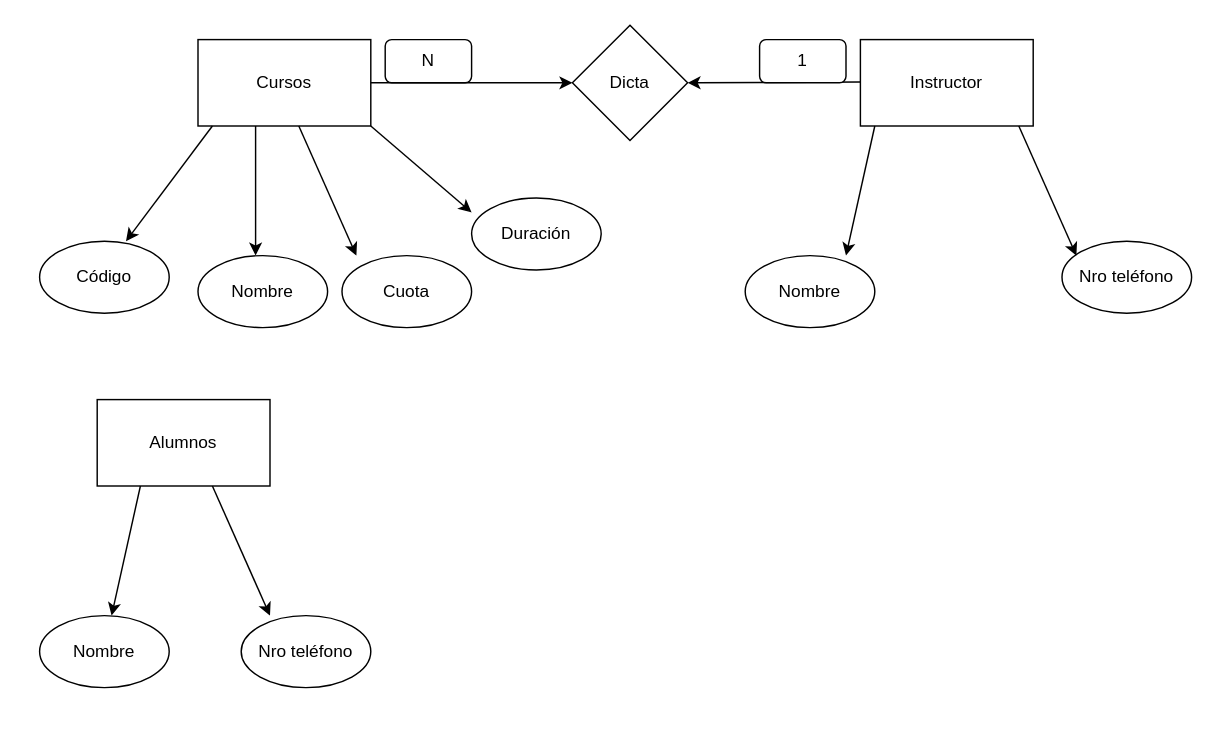
kevinld93/Tienda keeps this draw.io diagram as Diagrama sin título.drawio. Above is the earlier version. Source tidied: cells renumbered, new cells numbered last; positions are measured from the earlier drawing's top-left corner, leaving out a move shared by most shapes. Both pictures are drawn from the tidied source at 144%, with x=0, y=0 at pixel (39, 24).
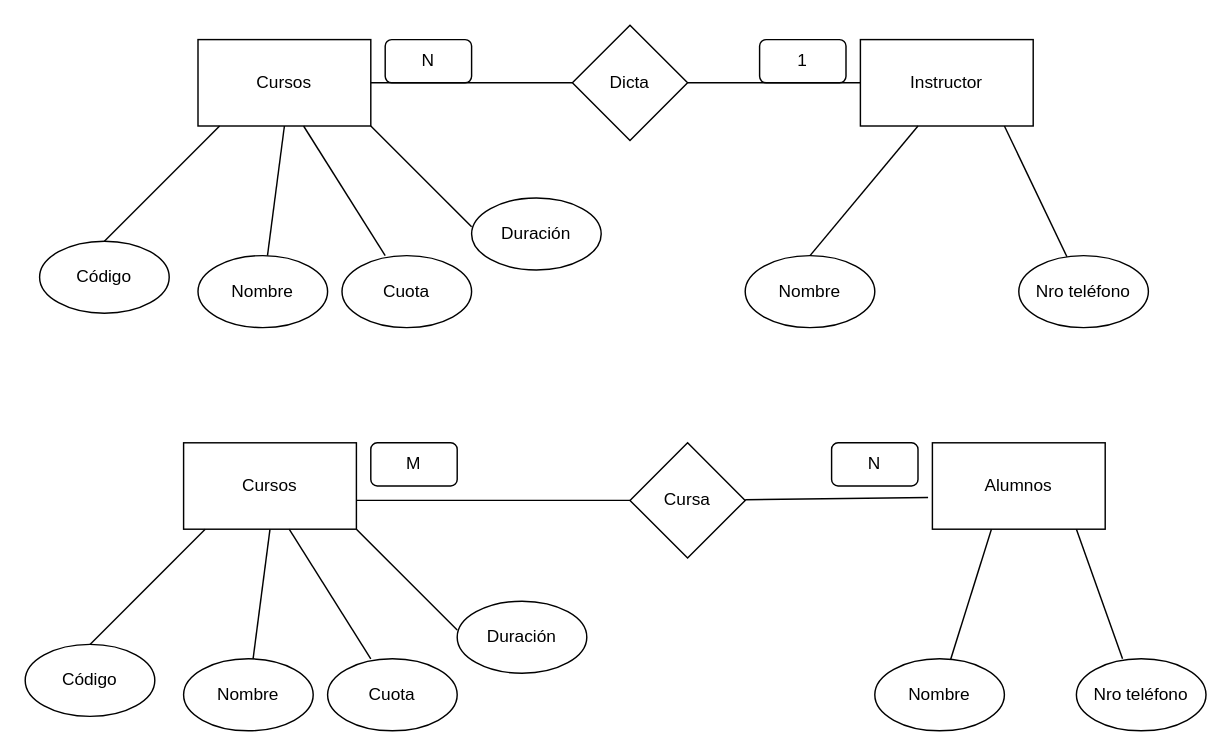
The same diagram, later.

The change refers to these unchanged cells:
```xml
<mxCell id="2" value="Cursos" style="rounded=0;whiteSpace=wrap;html=1;" parent="1" vertex="1">
  <mxGeometry x="110" y="10" width="120" height="60" as="geometry" />
</mxCell>
<mxCell id="6" value="Código" style="ellipse;whiteSpace=wrap;html=1;" parent="1" vertex="1">
  <mxGeometry y="150" width="90" height="50" as="geometry" />
</mxCell>
<mxCell id="7" value="Nombre" style="ellipse;whiteSpace=wrap;html=1;" parent="1" vertex="1">
  <mxGeometry x="110" y="160" width="90" height="50" as="geometry" />
</mxCell>
<mxCell id="9" value="Instructor" style="rounded=0;whiteSpace=wrap;html=1;" parent="1" vertex="1">
  <mxGeometry x="570" y="10" width="120" height="60" as="geometry" />
</mxCell>
<mxCell id="12" value="Nombre" style="ellipse;whiteSpace=wrap;html=1;" parent="1" vertex="1">
  <mxGeometry x="490" y="160" width="90" height="50" as="geometry" />
</mxCell>
<mxCell id="21" value="Dicta" style="rhombus;whiteSpace=wrap;html=1;" parent="1" vertex="1">
  <mxGeometry x="370" width="80" height="80" as="geometry" />
</mxCell>
```

The edit, as a diff of the source:
```diff
@@
-    <mxCell id="3" style="endArrow=classic;html=1;rounded=0;" parent="1" edge="1">
-      <mxGeometry relative="1" as="geometry">
-        <mxPoint x="120" y="70" as="sourcePoint" />
-        <mxPoint x="60" y="150" as="targetPoint" />
-      </mxGeometry>
-    </mxCell>
-    <mxCell id="4" style="endArrow=classic;html=1;rounded=0;" parent="1" edge="1">
-      <mxGeometry relative="1" as="geometry">
-        <mxPoint x="150" y="70" as="sourcePoint" />
-        <mxPoint x="150" y="160" as="targetPoint" />
-      </mxGeometry>
-    </mxCell>
-    <mxCell id="5" style="endArrow=classic;html=1;rounded=0;" parent="1" edge="1">
-      <mxGeometry relative="1" as="geometry">
-        <mxPoint x="180" y="70" as="sourcePoint" />
-        <mxPoint x="220" y="160" as="targetPoint" />
-      </mxGeometry>
-    </mxCell>
@@
-    <mxCell id="10" style="endArrow=classic;html=1;rounded=0;" parent="1" edge="1">
-      <mxGeometry relative="1" as="geometry">
-        <mxPoint x="580" y="70" as="sourcePoint" />
-        <mxPoint x="560" y="160" as="targetPoint" />
-      </mxGeometry>
-    </mxCell>
-    <mxCell id="11" style="endArrow=classic;html=1;rounded=0;" parent="1" edge="1">
-      <mxGeometry relative="1" as="geometry">
-        <mxPoint x="680" y="70" as="sourcePoint" />
-        <mxPoint x="720" y="160" as="targetPoint" />
-      </mxGeometry>
-    </mxCell>
@@
     <mxCell id="13" value="Nro teléfono" style="ellipse;whiteSpace=wrap;html=1;" parent="1" vertex="1">
-      <mxGeometry x="710" y="150" width="90" height="50" as="geometry" />
+      <mxGeometry x="680" y="160" width="90" height="50" as="geometry" />
     </mxCell>
     <mxCell id="14" value="Alumnos" style="rounded=0;whiteSpace=wrap;html=1;" parent="1" vertex="1">
-      <mxGeometry x="40" y="260" width="120" height="60" as="geometry" />
+      <mxGeometry x="620" y="290" width="120" height="60" as="geometry" />
     </mxCell>
-    <mxCell id="15" style="endArrow=classic;html=1;rounded=0;" parent="1" edge="1">
-      <mxGeometry relative="1" as="geometry">
-        <mxPoint x="70" y="320" as="sourcePoint" />
-        <mxPoint x="50" y="410" as="targetPoint" />
-      </mxGeometry>
-    </mxCell>
-    <mxCell id="16" style="endArrow=classic;html=1;rounded=0;" parent="1" edge="1">
-      <mxGeometry relative="1" as="geometry">
-        <mxPoint x="120" y="320" as="sourcePoint" />
-        <mxPoint x="160" y="410" as="targetPoint" />
-      </mxGeometry>
-    </mxCell>
     <mxCell id="17" value="Nombre" style="ellipse;whiteSpace=wrap;html=1;" parent="1" vertex="1">
-      <mxGeometry y="410" width="90" height="50" as="geometry" />
+      <mxGeometry x="580" y="440" width="90" height="50" as="geometry" />
     </mxCell>
     <mxCell id="18" value="Nro teléfono" style="ellipse;whiteSpace=wrap;html=1;" parent="1" vertex="1">
-      <mxGeometry x="140" y="410" width="90" height="50" as="geometry" />
+      <mxGeometry x="720" y="440" width="90" height="50" as="geometry" />
     </mxCell>
-    <mxCell id="19" style="endArrow=classic;html=1;rounded=0;" parent="1" edge="1">
-      <mxGeometry relative="1" as="geometry">
-        <mxPoint x="230" y="70" as="sourcePoint" />
-        <mxPoint x="300" y="130" as="targetPoint" />
-      </mxGeometry>
-    </mxCell>
@@
-    <mxCell id="22" style="endArrow=classic;html=1;rounded=0;entryX=0;entryY=0.5;entryDx=0;entryDy=0;" parent="1" edge="1" target="21">
-      <mxGeometry relative="1" as="geometry">
-        <mxPoint x="230" y="40" as="sourcePoint" />
-      </mxGeometry>
-    </mxCell>
-    <mxCell id="23" style="endArrow=classic;html=1;rounded=0;entryX=1;entryY=0.5;entryDx=0;entryDy=0;" parent="1" edge="1" target="21">
-      <mxGeometry relative="1" as="geometry">
-        <mxPoint x="570" y="39.5" as="sourcePoint" />
-      </mxGeometry>
-    </mxCell>
@@
+    <mxCell id="26" style="endArrow=none;html=1;rounded=0;exitX=0.5;exitY=0;exitDx=0;exitDy=0;" parent="1" edge="1" source="6">
+      <mxGeometry relative="1" as="geometry">
+        <mxPoint x="125" y="70" as="targetPoint" />
+      </mxGeometry>
+    </mxCell>
+    <mxCell id="27" style="endArrow=none;html=1;rounded=0;" parent="1" edge="1" source="7">
+      <mxGeometry relative="1" as="geometry">
+        <mxPoint x="170" y="70" as="targetPoint" />
+      </mxGeometry>
+    </mxCell>
+    <mxCell id="28" style="endArrow=none;html=1;rounded=0;exitX=0.611;exitY=1;exitDx=0;exitDy=0;exitPerimeter=0;" parent="1" edge="1" source="2">
+      <mxGeometry relative="1" as="geometry">
+        <mxPoint x="240" y="160" as="targetPoint" />
+      </mxGeometry>
+    </mxCell>
+    <mxCell id="29" style="endArrow=none;html=1;rounded=0;" parent="1" edge="1">
+      <mxGeometry relative="1" as="geometry">
+        <mxPoint x="300" y="140" as="sourcePoint" />
+        <mxPoint x="230" y="70" as="targetPoint" />
+      </mxGeometry>
+    </mxCell>
+    <mxCell id="30" style="endArrow=none;html=1;rounded=0;entryX=0;entryY=0.5;entryDx=0;entryDy=0;" parent="1" edge="1" target="21">
+      <mxGeometry relative="1" as="geometry">
+        <mxPoint x="230" y="40" as="sourcePoint" />
+      </mxGeometry>
+    </mxCell>
+    <mxCell id="31" style="endArrow=none;html=1;rounded=0;entryX=0;entryY=0.5;entryDx=0;entryDy=0;" parent="1" edge="1" target="9">
+      <mxGeometry relative="1" as="geometry">
+        <mxPoint x="450" y="40" as="sourcePoint" />
+      </mxGeometry>
+    </mxCell>
+    <mxCell id="32" value="Cursos" style="rounded=0;whiteSpace=wrap;html=1;" parent="1" vertex="1">
+      <mxGeometry x="100" y="290" width="120" height="60" as="geometry" />
+    </mxCell>
+    <mxCell id="33" value="Código" style="ellipse;whiteSpace=wrap;html=1;" parent="1" vertex="1">
+      <mxGeometry x="-10" y="430" width="90" height="50" as="geometry" />
+    </mxCell>
+    <mxCell id="34" value="Nombre" style="ellipse;whiteSpace=wrap;html=1;" parent="1" vertex="1">
+      <mxGeometry x="100" y="440" width="90" height="50" as="geometry" />
+    </mxCell>
+    <mxCell id="35" value="Cuota" style="ellipse;whiteSpace=wrap;html=1;" parent="1" vertex="1">
+      <mxGeometry x="200" y="440" width="90" height="50" as="geometry" />
+    </mxCell>
+    <mxCell id="36" value="M" style="rounded=1;whiteSpace=wrap;html=1;" parent="1" vertex="1">
+      <mxGeometry x="230" y="290" width="60" height="30" as="geometry" />
+    </mxCell>
+    <mxCell id="37" style="endArrow=none;html=1;rounded=0;exitX=0.5;exitY=0;exitDx=0;exitDy=0;" parent="1" edge="1" source="33">
+      <mxGeometry relative="1" as="geometry">
+        <mxPoint x="115" y="350" as="targetPoint" />
+      </mxGeometry>
+    </mxCell>
+    <mxCell id="38" style="endArrow=none;html=1;rounded=0;" parent="1" edge="1" source="34">
+      <mxGeometry relative="1" as="geometry">
+        <mxPoint x="160" y="350" as="targetPoint" />
+      </mxGeometry>
+    </mxCell>
+    <mxCell id="39" style="endArrow=none;html=1;rounded=0;exitX=0.611;exitY=1;exitDx=0;exitDy=0;exitPerimeter=0;" parent="1" edge="1" source="32">
+      <mxGeometry relative="1" as="geometry">
+        <mxPoint x="230" y="440" as="targetPoint" />
+      </mxGeometry>
+    </mxCell>
+    <mxCell id="40" style="endArrow=none;html=1;rounded=0;" parent="1" edge="1">
+      <mxGeometry relative="1" as="geometry">
+        <mxPoint x="290" y="420" as="sourcePoint" />
+        <mxPoint x="220" y="350" as="targetPoint" />
+      </mxGeometry>
+    </mxCell>
+    <mxCell id="41" value="Cursa" style="rhombus;whiteSpace=wrap;html=1;" parent="1" vertex="1">
+      <mxGeometry x="410" y="290" width="80" height="80" as="geometry" />
+    </mxCell>
+    <mxCell id="42" style="endArrow=none;html=1;rounded=0;exitX=0.356;exitY=0;exitDx=0;exitDy=0;exitPerimeter=0;" parent="1" edge="1" source="18">
+      <mxGeometry relative="1" as="geometry">
+        <mxPoint x="720" y="350" as="targetPoint" />
+      </mxGeometry>
+    </mxCell>
+    <mxCell id="43" style="endArrow=none;html=1;rounded=0;entryX=0.342;entryY=1.05;entryDx=0;entryDy=0;entryPerimeter=0;" parent="1" edge="1" source="17">
+      <mxGeometry relative="1" as="geometry">
+        <mxPoint x="661" y="350" as="targetPoint" />
+      </mxGeometry>
+    </mxCell>
+    <mxCell id="44" style="endArrow=none;html=1;rounded=0;entryX=0;entryY=0.5;entryDx=0;entryDy=0;" parent="1" edge="1" target="41">
+      <mxGeometry relative="1" as="geometry">
+        <mxPoint x="220" y="330" as="sourcePoint" />
+      </mxGeometry>
+    </mxCell>
+    <mxCell id="45" style="endArrow=none;html=1;rounded=0;entryX=-0.025;entryY=0.633;entryDx=0;entryDy=0;entryPerimeter=0;" parent="1" edge="1" target="14">
+      <mxGeometry relative="1" as="geometry">
+        <mxPoint x="490" y="329.5" as="sourcePoint" />
+      </mxGeometry>
+    </mxCell>
+    <mxCell id="46" value="Duración" style="ellipse;whiteSpace=wrap;html=1;" parent="1" vertex="1">
+      <mxGeometry x="290" y="400" width="90" height="50" as="geometry" />
+    </mxCell>
+    <mxCell id="47" value="N" style="rounded=1;whiteSpace=wrap;html=1;" parent="1" vertex="1">
+      <mxGeometry x="550" y="290" width="60" height="30" as="geometry" />
+    </mxCell>
+    <mxCell id="48" style="endArrow=none;html=1;rounded=0;exitX=0.5;exitY=0;exitDx=0;exitDy=0;" parent="1" edge="1" source="12">
+      <mxGeometry relative="1" as="geometry">
+        <mxPoint x="610" y="70" as="targetPoint" />
+      </mxGeometry>
+    </mxCell>
+    <mxCell id="49" style="endArrow=none;html=1;rounded=0;" parent="1" edge="1" source="13">
+      <mxGeometry relative="1" as="geometry">
+        <mxPoint x="670" y="70" as="targetPoint" />
+      </mxGeometry>
+    </mxCell>
```
